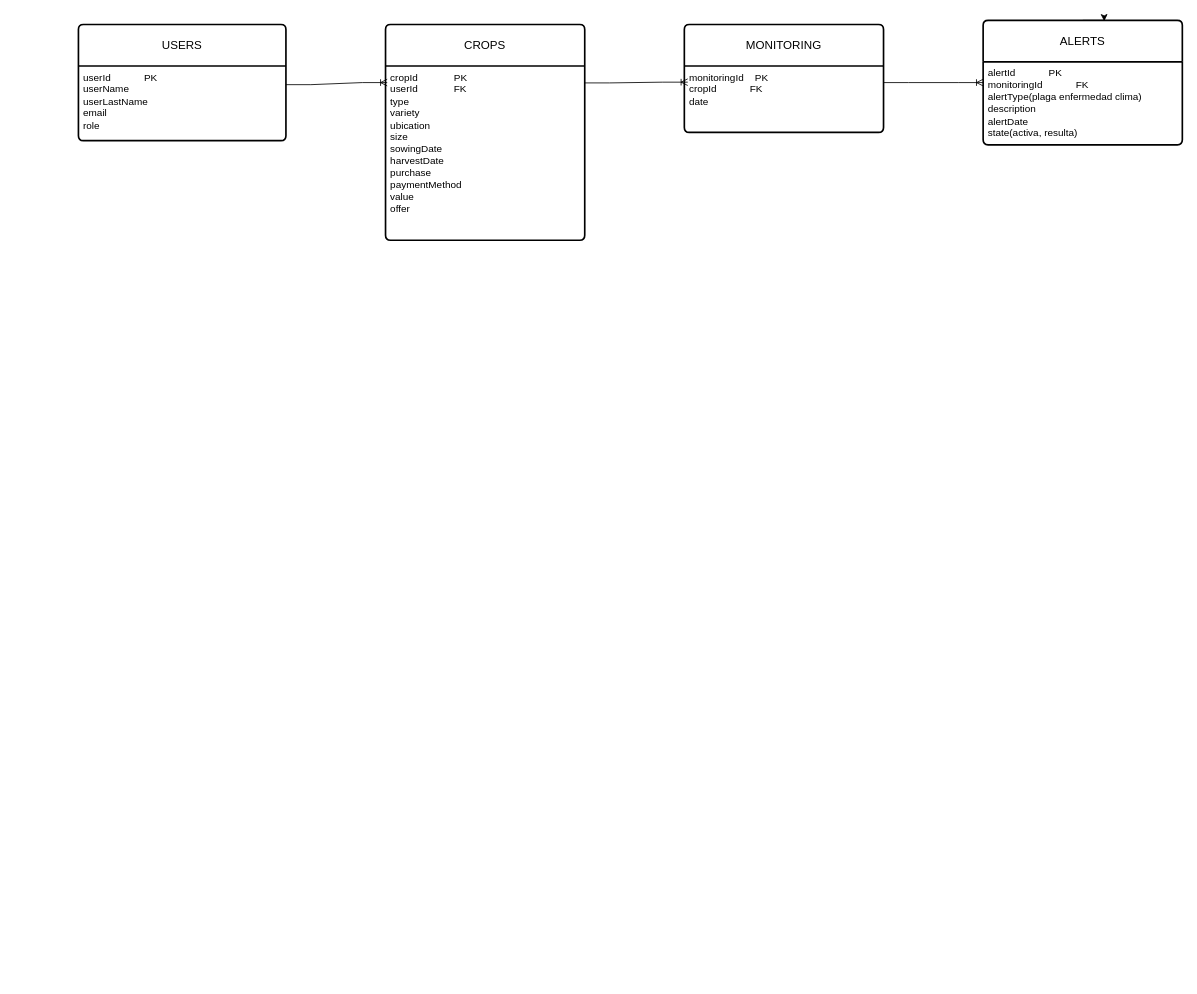
Above: page "ModelodeBaseDeDatos" (1 of 3) of Project/documents/Diagramas API.drawio in gomezh1/Assesment (draw.io), before the change. Source tidied: cells renumbered, new cells numbered last; positions are measured from the earlier drawing's top-left corner, leaving out a move shared by most shapes. Both pictures are drawn from the tidied source at 83%, with x=0, y=0 at pixel (78, 20).
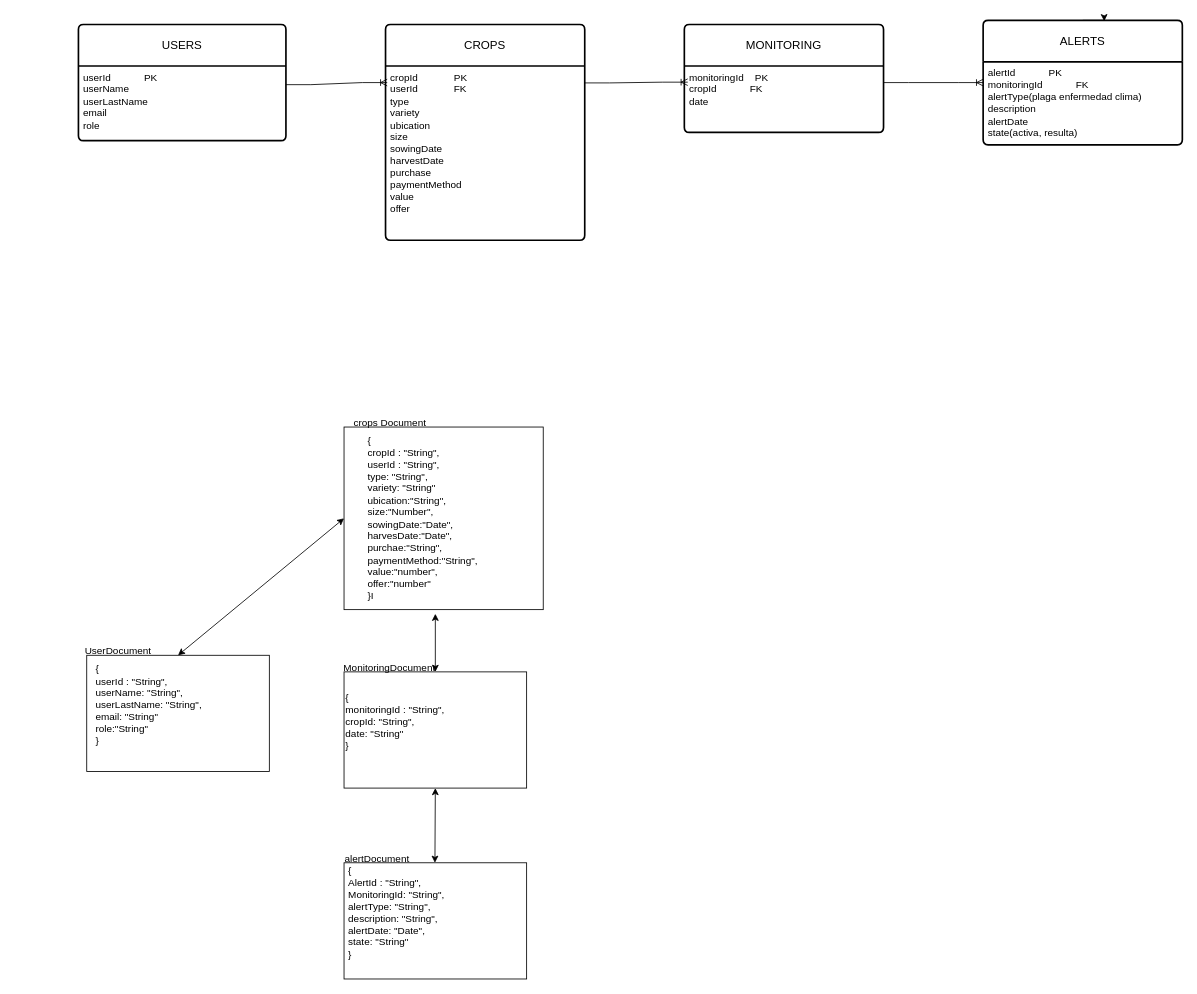
The same page after the edit.

Commit message (it also covers changes not shown here):
Ajuste diagramas

Change to the diagram source:
```diff
@@
+    <mxCell id="14" value="&lt;div style=&quot;text-align: left;&quot;&gt;&lt;br&gt;&lt;/div&gt;" style="rounded=0;whiteSpace=wrap;html=1;" parent="1" vertex="1">
+      <mxGeometry x="10" y="765" width="220" height="140" as="geometry" />
+    </mxCell>
+    <mxCell id="15" value="UserDocument" style="text;html=1;align=center;verticalAlign=middle;whiteSpace=wrap;rounded=0;" parent="1" vertex="1">
+      <mxGeometry x="-77" y="745" width="250" height="30" as="geometry" />
+    </mxCell>
+    <mxCell id="16" value="&lt;div style=&quot;text-align: justify;&quot;&gt;&lt;span style=&quot;background-color: initial;&quot;&gt;{&lt;/span&gt;&lt;/div&gt;&lt;div style=&quot;text-align: justify;&quot;&gt;&lt;span style=&quot;background-color: initial;&quot;&gt;userId : &quot;String&quot;,&amp;nbsp; &amp;nbsp; &amp;nbsp; &amp;nbsp; &amp;nbsp; &amp;nbsp;&amp;nbsp;&lt;/span&gt;&lt;/div&gt;&lt;div style=&quot;text-align: justify;&quot;&gt;&lt;span style=&quot;background-color: initial;&quot;&gt;userName: &quot;String&quot;,&amp;nbsp;&lt;/span&gt;&lt;/div&gt;&lt;div style=&quot;text-align: justify;&quot;&gt;userLastName: &quot;String&quot;,&lt;/div&gt;&lt;div style=&quot;text-align: justify;&quot;&gt;&lt;span style=&quot;background-color: initial;&quot;&gt;email: &quot;String&quot;&lt;/span&gt;&lt;/div&gt;&lt;div&gt;&lt;div style=&quot;text-align: justify;&quot;&gt;role:&quot;String&quot;&lt;/div&gt;&lt;div style=&quot;text-align: justify;&quot;&gt;}&lt;/div&gt;&lt;/div&gt;" style="text;html=1;align=center;verticalAlign=middle;whiteSpace=wrap;rounded=0;" parent="1" vertex="1">
+      <mxGeometry x="20" y="785" width="130" height="80" as="geometry" />
+    </mxCell>
+    <mxCell id="17" value="&lt;div style=&quot;text-align: left;&quot;&gt;&lt;br&gt;&lt;/div&gt;" style="rounded=0;whiteSpace=wrap;html=1;" parent="1" vertex="1">
+      <mxGeometry x="320" y="490" width="240" height="220" as="geometry" />
+    </mxCell>
+    <mxCell id="18" value="&lt;div style=&quot;text-align: justify;&quot;&gt;&lt;span style=&quot;background-color: initial;&quot;&gt;{&lt;/span&gt;&lt;/div&gt;&lt;div style=&quot;text-align: justify;&quot;&gt;&lt;span style=&quot;background-color: initial;&quot;&gt;cropId : &quot;String&quot;,&amp;nbsp; &amp;nbsp; &amp;nbsp; &amp;nbsp; &amp;nbsp; &amp;nbsp;&amp;nbsp;&lt;/span&gt;&lt;/div&gt;&lt;div style=&quot;text-align: justify;&quot;&gt;userId : &quot;String&quot;,&lt;br&gt;&lt;/div&gt;&lt;div style=&quot;text-align: justify;&quot;&gt;type: &quot;String&quot;,&lt;/div&gt;&lt;div style=&quot;text-align: justify;&quot;&gt;&lt;span style=&quot;background-color: initial;&quot;&gt;variety: &quot;String&quot;&lt;/span&gt;&lt;/div&gt;&lt;div&gt;&lt;div style=&quot;text-align: justify;&quot;&gt;ubication:&quot;String&quot;,&lt;/div&gt;&lt;div style=&quot;text-align: justify;&quot;&gt;size:&quot;Number&quot;,&lt;/div&gt;&lt;div style=&quot;text-align: justify;&quot;&gt;sowingDate:&quot;Date&quot;,&lt;/div&gt;&lt;div style=&quot;text-align: justify;&quot;&gt;harvesDate:&quot;Date&quot;,&lt;/div&gt;&lt;div style=&quot;text-align: justify;&quot;&gt;purchae:&quot;String&quot;,&lt;/div&gt;&lt;div style=&quot;text-align: justify;&quot;&gt;paymentMethod:&quot;String&quot;,&lt;/div&gt;&lt;div style=&quot;text-align: justify;&quot;&gt;value:&quot;number&quot;,&lt;/div&gt;&lt;div style=&quot;text-align: justify;&quot;&gt;offer:&quot;number&quot;&lt;/div&gt;&lt;div style=&quot;text-align: justify;&quot;&gt;}I&lt;/div&gt;&lt;/div&gt;" style="text;html=1;align=center;verticalAlign=middle;whiteSpace=wrap;rounded=0;" parent="1" vertex="1">
+      <mxGeometry x="350" y="560" width="130" height="80" as="geometry" />
+    </mxCell>
+    <mxCell id="19" value="crops Document" style="text;html=1;align=center;verticalAlign=middle;strokeColor=none;fillColor=none;" parent="1" vertex="1">
+      <mxGeometry x="320" y="470" width="110" height="30" as="geometry" />
+    </mxCell>
+    <mxCell id="20" style="endArrow=classic;startArrow=classic;html=1;rounded=0;exitX=0.788;exitY=0.667;exitDx=0;exitDy=0;exitPerimeter=0;entryX=0;entryY=0.5;entryDx=0;entryDy=0;" parent="1" edge="1" source="15" target="17">
+      <mxGeometry relative="1" as="geometry" />
+    </mxCell>
+    <mxCell id="21" value="&lt;div style=&quot;text-align: left;&quot;&gt;&lt;br&gt;&lt;/div&gt;" style="rounded=0;whiteSpace=wrap;html=1;" parent="1" vertex="1">
+      <mxGeometry x="320" y="785" width="220" height="140" as="geometry" />
+    </mxCell>
+    <mxCell id="22" value="&lt;div style=&quot;text-align: justify;&quot;&gt;&lt;span style=&quot;background-color: initial;&quot;&gt;{&lt;/span&gt;&lt;/div&gt;&lt;div style=&quot;text-align: justify;&quot;&gt;&lt;span style=&quot;background-color: initial;&quot;&gt;monitoringId : &quot;String&quot;,&amp;nbsp;&amp;nbsp;&lt;/span&gt;&lt;/div&gt;&lt;div style=&quot;text-align: justify;&quot;&gt;&lt;span style=&quot;background-color: initial;&quot;&gt;cropId: &quot;String&quot;,&amp;nbsp;&lt;/span&gt;&lt;/div&gt;&lt;div style=&quot;text-align: justify;&quot;&gt;date: &quot;String&quot;&lt;/div&gt;&lt;div style=&quot;text-align: justify;&quot;&gt;&lt;span style=&quot;background-color: initial;&quot;&gt;}&lt;/span&gt;&lt;br&gt;&lt;/div&gt;" style="text;html=1;align=center;verticalAlign=middle;whiteSpace=wrap;rounded=0;" parent="1" vertex="1">
+      <mxGeometry x="320" y="805" width="130" height="80" as="geometry" />
+    </mxCell>
+    <mxCell id="23" value="MonitoringDocument" style="text;html=1;align=center;verticalAlign=middle;whiteSpace=wrap;rounded=0;" parent="1" vertex="1">
+      <mxGeometry x="345" y="765" width="60" height="30" as="geometry" />
+    </mxCell>
+    <mxCell id="24" style="endArrow=classic;startArrow=classic;html=1;rounded=0;" parent="1" edge="1">
+      <mxGeometry relative="1" as="geometry">
+        <mxPoint x="430" y="785" as="sourcePoint" />
+        <mxPoint x="430" y="715" as="targetPoint" />
+      </mxGeometry>
+    </mxCell>
+    <mxCell id="25" value="&lt;div style=&quot;text-align: left;&quot;&gt;&lt;br&gt;&lt;/div&gt;" style="rounded=0;whiteSpace=wrap;html=1;" parent="1" vertex="1">
+      <mxGeometry x="320" y="1015" width="220" height="140" as="geometry" />
+    </mxCell>
+    <mxCell id="26" value="&lt;div style=&quot;text-align: justify;&quot;&gt;&lt;span style=&quot;background-color: initial;&quot;&gt;{&lt;/span&gt;&lt;/div&gt;&lt;div style=&quot;text-align: justify;&quot;&gt;&lt;span style=&quot;background-color: initial;&quot;&gt;AlertId : &quot;String&quot;,&amp;nbsp;&amp;nbsp;&lt;/span&gt;&lt;/div&gt;&lt;div style=&quot;text-align: justify;&quot;&gt;&lt;span style=&quot;background-color: initial;&quot;&gt;MonitoringId: &quot;String&quot;,&amp;nbsp;&lt;/span&gt;&lt;/div&gt;&lt;div style=&quot;text-align: justify;&quot;&gt;alertType: &quot;String&quot;,&lt;/div&gt;&lt;div style=&quot;text-align: justify;&quot;&gt;description: &quot;String&quot;,&lt;br&gt;&lt;/div&gt;&lt;div style=&quot;text-align: justify;&quot;&gt;alertDate: &quot;Date&quot;,&lt;br&gt;&lt;/div&gt;&lt;div style=&quot;text-align: justify;&quot;&gt;state: &quot;String&quot;&lt;br&gt;&lt;/div&gt;&lt;div style=&quot;text-align: justify;&quot;&gt;&lt;span style=&quot;background-color: initial;&quot;&gt;}&lt;/span&gt;&lt;br&gt;&lt;/div&gt;" style="text;html=1;align=center;verticalAlign=middle;whiteSpace=wrap;rounded=0;" parent="1" vertex="1">
+      <mxGeometry x="320" y="1035" width="130" height="80" as="geometry" />
+    </mxCell>
+    <mxCell id="27" value="alertDocument" style="text;html=1;align=center;verticalAlign=middle;whiteSpace=wrap;rounded=0;" parent="1" vertex="1">
+      <mxGeometry x="330" y="995" width="60" height="30" as="geometry" />
+    </mxCell>
+    <mxCell id="28" style="endArrow=classic;startArrow=classic;html=1;rounded=0;entryX=0.5;entryY=1;entryDx=0;entryDy=0;" parent="1" edge="1" target="21">
+      <mxGeometry relative="1" as="geometry">
+        <mxPoint x="429.5" y="1015" as="sourcePoint" />
+      </mxGeometry>
+    </mxCell>
```
